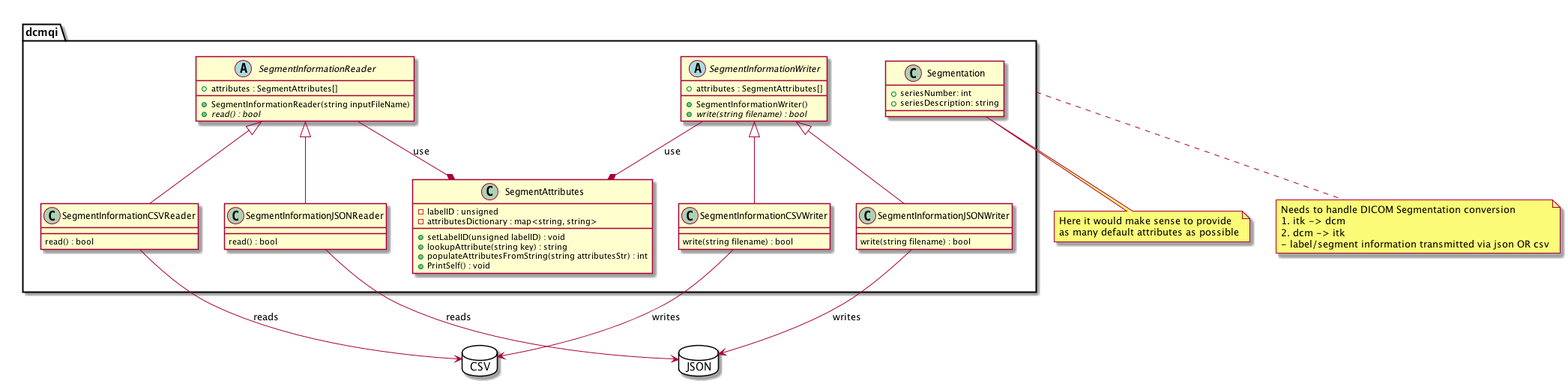
This is Design/DICOMSegmentationConverter.png from QIICR/dcmqi, a PlantUML export, as it was before one commit. The source it was exported from:
```plantuml
@startuml

package "dcmqi" {
    class SegmentAttributes
    class Segmentation
    SegmentInformationReader <|-- SegmentInformationCSVReader
    SegmentInformationReader <|-- SegmentInformationJSONReader

    SegmentInformationWriter <|-- SegmentInformationCSVWriter
    SegmentInformationWriter <|-- SegmentInformationJSONWriter

    SegmentInformationReader --* SegmentAttributes : use
    SegmentInformationWriter --* SegmentAttributes : use
}

package JSON <<Database>> {
}

package CSV <<Database>> {
}

SegmentInformationCSVReader --> CSV : reads
SegmentInformationCSVWriter --> CSV : writes

SegmentInformationJSONReader --> JSON : reads
SegmentInformationJSONWriter --> JSON : writes



abstract class SegmentInformationReader {
    + attributes : SegmentAttributes[]
    + SegmentInformationReader(string inputFileName)
    + {abstract} read() : bool
}

class Segmentation {
    + seriesNumber: int
    + seriesDescription: string
}

note right of Segmentation
    Here it would make sense to provide
    as many default attributes as possible
end note

class SegmentInformationCSVReader {
    read() : bool
}

class SegmentInformationJSONReader {
    read() : bool
}

abstract class SegmentInformationWriter {
    + attributes : SegmentAttributes[]
    + SegmentInformationWriter()
    + {abstract} write(string filename) : bool
}

class SegmentInformationCSVWriter {
    write(string filename) : bool
}

class SegmentInformationJSONWriter {
    write(string filename) : bool
}

note bottom of dcmqi
  Needs to handle DICOM Segmentation conversion
  1. itk -> dcm
  2. dcm -> itk
  - label/segment information transmitted via json OR csv
end note

class SegmentAttributes {
    - labelID : unsigned
    - attributesDictionary : map<string, string>
    + setLabelID(unsigned labelID) : void
    + lookupAttribute(string key) : string
    + populateAttributesFromString(string attributesStr) : int
    + PrintSelf() : void
}

@enduml
```
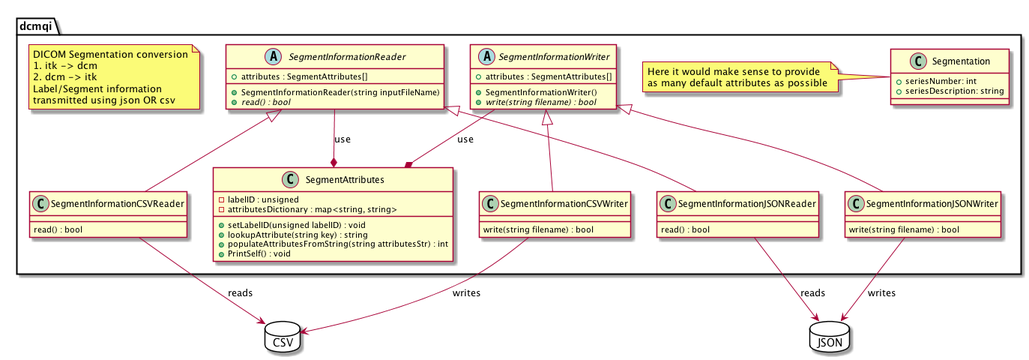
The same diagram one commit later.

Commit message:
ENH: Updated design

The edit, as a diff of the source:
```diff
@@ -1,6 +1,7 @@
 @startuml
 
-package "dcmqi" {
+package dcmqi {
+
     class SegmentAttributes
     class Segmentation
     SegmentInformationReader <|-- SegmentInformationCSVReader
@@ -11,6 +12,21 @@
 
     SegmentInformationReader --* SegmentAttributes : use
     SegmentInformationWriter --* SegmentAttributes : use
+
+    note as bla
+      DICOM Segmentation conversion
+      1. itk -> dcm
+      2. dcm -> itk
+      Label/Segment information
+      transmitted using json OR csv
+    end note
+
+    note as SegmentationNote
+        Here it would make sense to provide
+        as many default attributes as possible
+    end note
+
+    SegmentationNote <- Segmentation
 }
 
 package JSON <<Database>> {
@@ -38,11 +54,6 @@
     + seriesDescription: string
 }
 
-note right of Segmentation
-    Here it would make sense to provide
-    as many default attributes as possible
-end note
-
 class SegmentInformationCSVReader {
     read() : bool
 }
@@ -65,13 +76,6 @@
     write(string filename) : bool
 }
 
-note bottom of dcmqi
-  Needs to handle DICOM Segmentation conversion
-  1. itk -> dcm
-  2. dcm -> itk
-  - label/segment information transmitted via json OR csv
-end note
-
 class SegmentAttributes {
     - labelID : unsigned
     - attributesDictionary : map<string, string>
```
